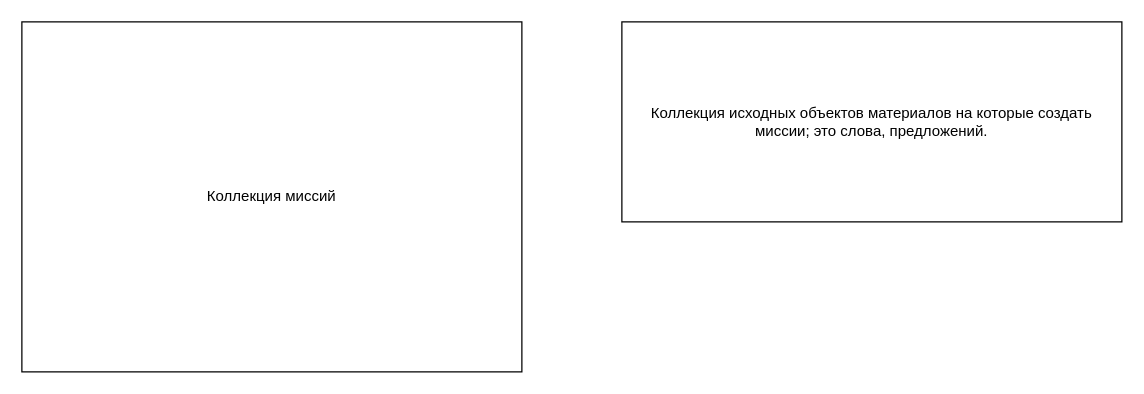
This is doc/Страница объект строительства.drawio from aleshin-roman-nk/lngCollector2, a draw.io file, before an edit. Source tidied: cells renumbered, new cells numbered last; positions are measured from the earlier drawing's top-left corner, leaving out a move shared by most shapes. Both pictures are drawn from the tidied source at 125%, with x=0, y=0 at pixel (21, 21).
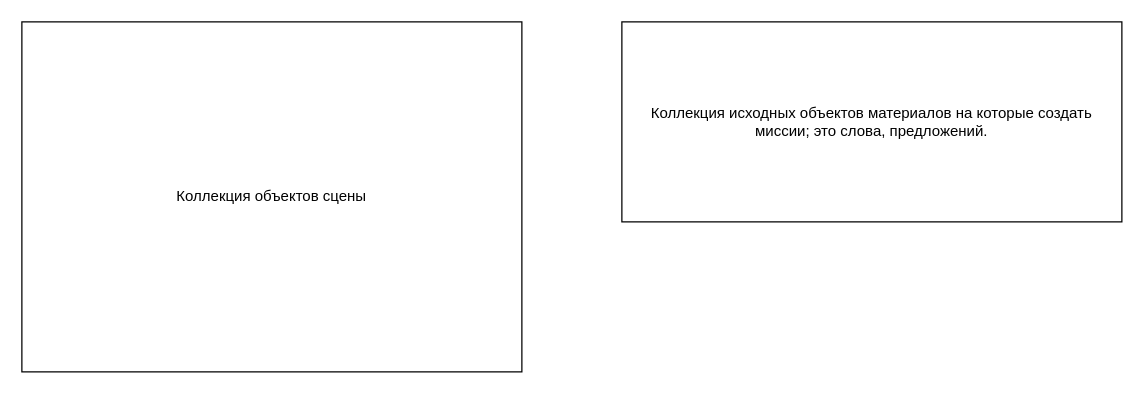
After the change.

Diff of the diagram source:
```diff
@@
 <mxGraphModel>
   <root>
     <mxCell id="0" />
     <mxCell id="1" parent="0" />
-    <mxCell id="2" value="Коллекция миссий" style="rounded=0;whiteSpace=wrap;html=1;" parent="1" vertex="1">
+    <mxCell id="2" value="Коллекция объектов сцены" style="rounded=0;whiteSpace=wrap;html=1;" parent="1" vertex="1">
       <mxGeometry width="400" height="280" as="geometry" />
     </mxCell>
     <mxCell id="3" value="Коллекция исходных объектов материалов на которые создать миссии; это слова, предложений." style="rounded=0;whiteSpace=wrap;html=1;" parent="1" vertex="1">
       <mxGeometry x="480" width="400" height="160" as="geometry" />
     </mxCell>
   </root>
 </mxGraphModel>
```
